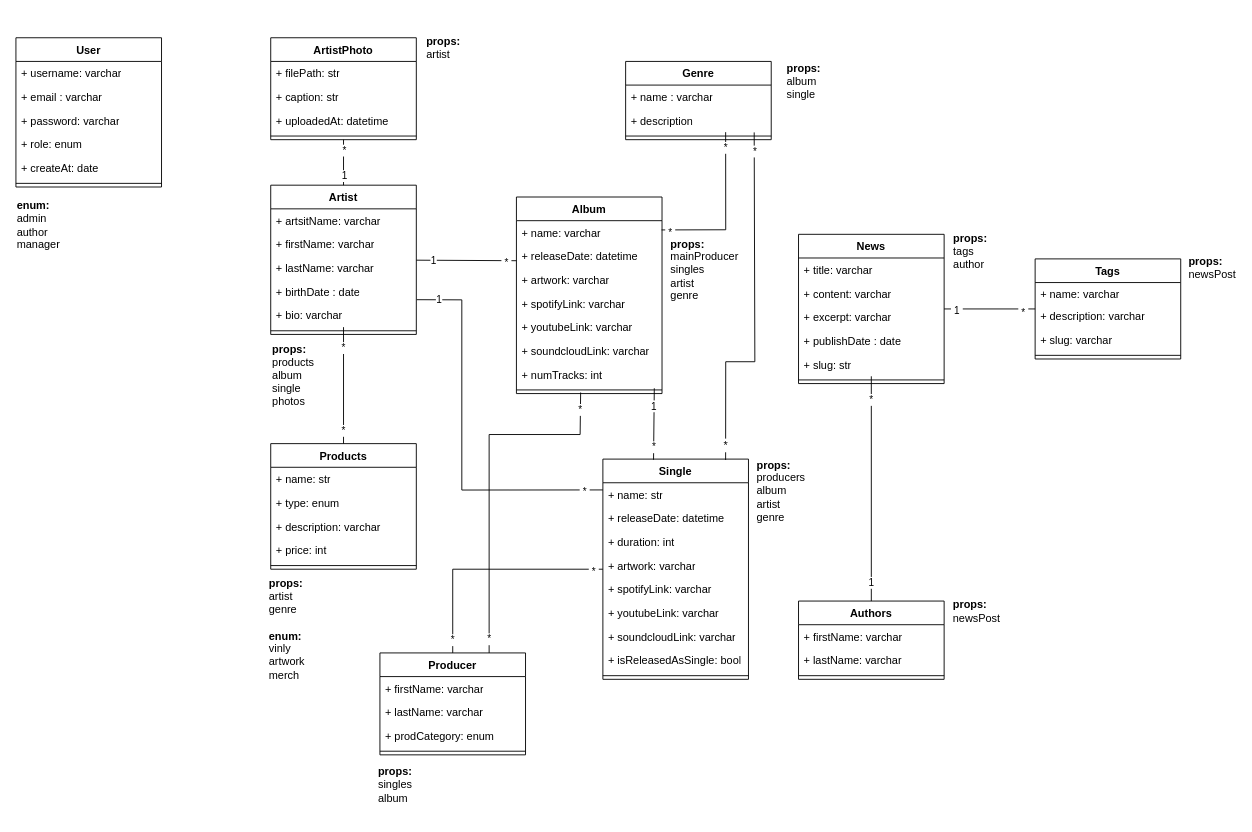
The draw.io diagram page "UML" (1 of 2) of doc/Miserecord.drawio in Dvles/miserecord, before the edit. Source tidied: cells renumbered, new cells numbered last; positions are measured from the earlier drawing's top-left corner, leaving out a move shared by most shapes. Both pictures are drawn from the tidied source at 91%, with x=0, y=0 at pixel (15, 15).
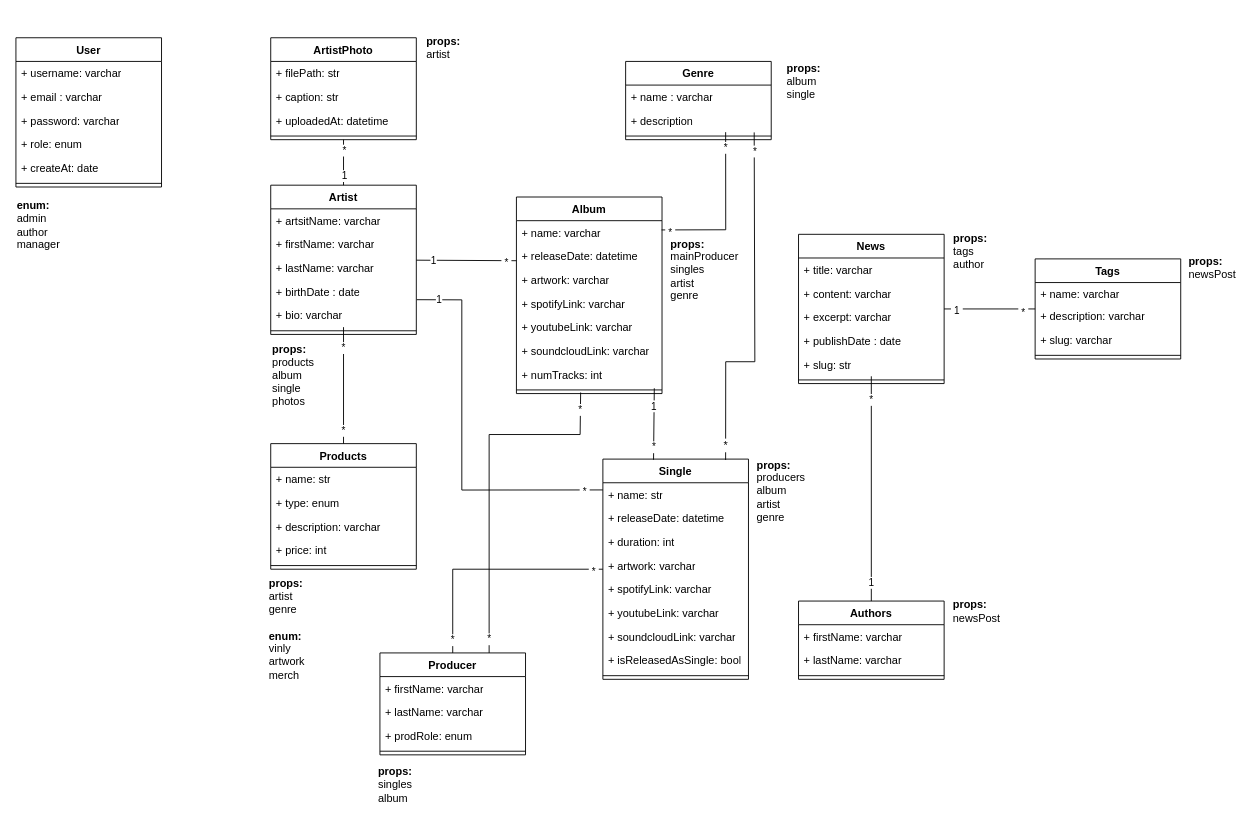
After the change.

Commit message (it also covers changes not shown here):
update producer entity - uml property "prodCategory" -> "prodRole" - prodRole enum property

The change refers to these unchanged cells:
```xml
<mxCell id="39" value="Producer" style="swimlane;fontStyle=1;align=center;verticalAlign=top;horizontal=1;startSize=26;whiteSpace=wrap;html=1;" parent="1" vertex="1">
  <mxGeometry x="400" y="700" width="160" height="112" as="geometry" />
</mxCell>
```

Change to the diagram source:
```diff
@@
-    <mxCell id="42" value="+ prodCategory: enum" style="text;strokeColor=none;fillColor=none;align=left;verticalAlign=top;spacingLeft=4;spacingRight=4;overflow=hidden;whiteSpace=wrap;html=1;" parent="39" vertex="1">
+    <mxCell id="42" value="+ prodRole: enum" style="text;strokeColor=none;fillColor=none;align=left;verticalAlign=top;spacingLeft=4;spacingRight=4;overflow=hidden;whiteSpace=wrap;html=1;" parent="39" vertex="1">
       <mxGeometry y="78" width="160" height="26" as="geometry" />
     </mxCell>
```
